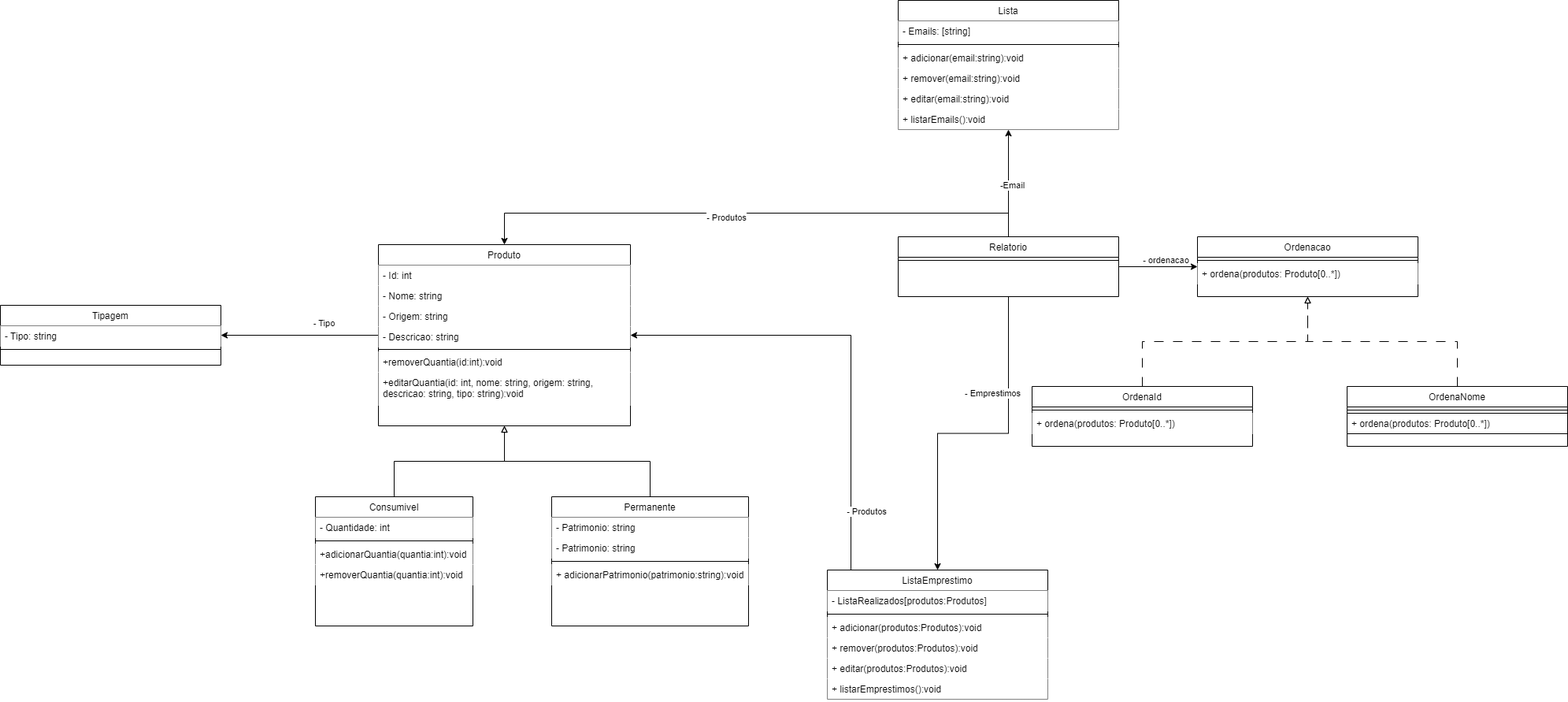
Estagio-IFSP/Estoque-CTI keeps this draw.io diagram as documents/diagrams/Diagrama de classe Estagio.drawio.png. Above is the earlier version. Source tidied: cells renumbered, new cells last; positions are measured from the earlier drawing's top-left corner, leaving out a move shared by most shapes.
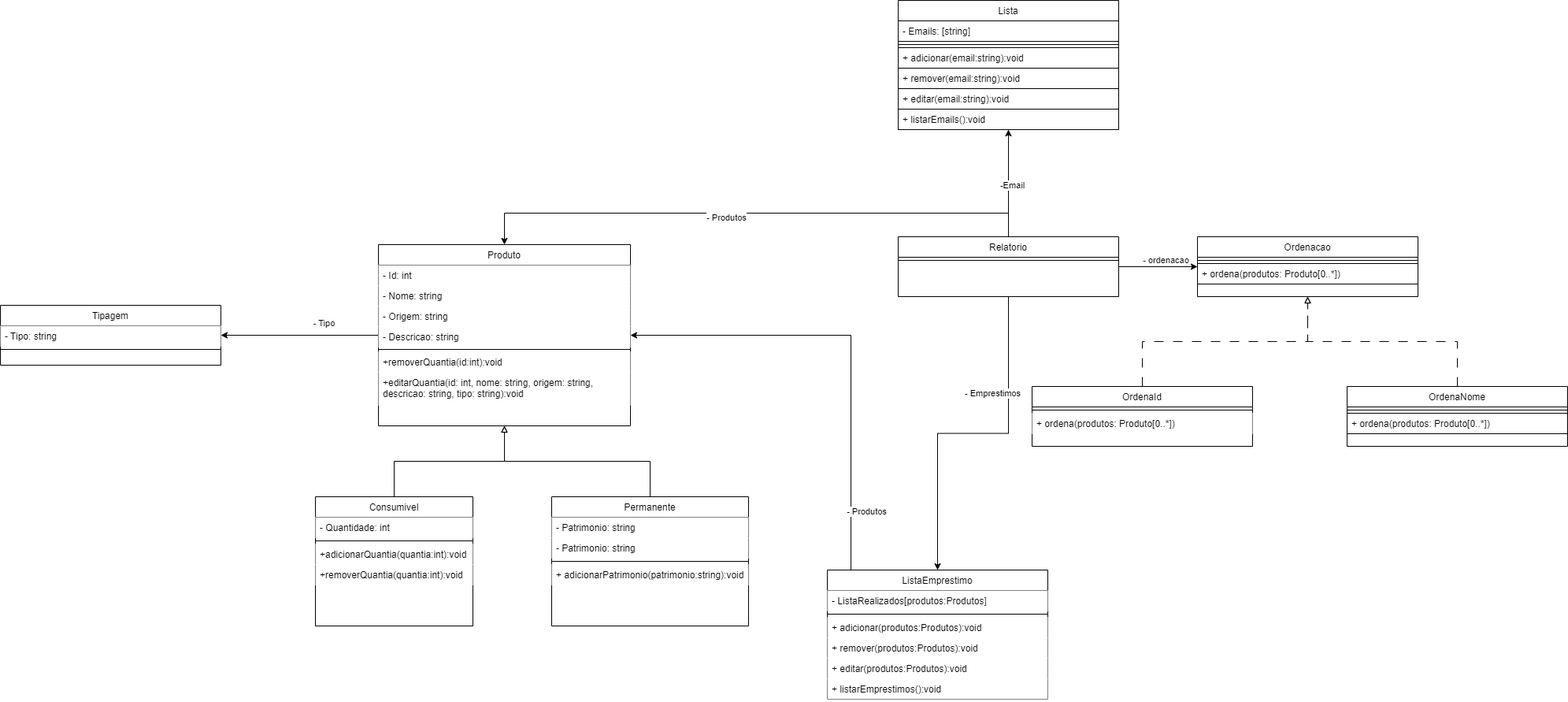
The same file after the commit.

Diff of the diagram source:
```diff
@@ -67,34 +67,34 @@
     <mxCell id="22" value="&lt;div style=&quot;text-align: justify;&quot;&gt;&lt;span style=&quot;background-color: initial;&quot;&gt;+removerQuantia(quantia:int):void&lt;/span&gt;&lt;/div&gt;" style="text;align=left;verticalAlign=top;spacingLeft=4;spacingRight=4;overflow=hidden;rounded=0;shadow=0;html=1;whiteSpace=wrap;fillColor=default;" parent="18" vertex="1">
       <mxGeometry y="86" width="200" height="26" as="geometry" />
     </mxCell>
-    <mxCell id="23" value="Ordenacao" style="swimlane;fontStyle=0;align=center;verticalAlign=top;horizontal=1;startSize=26;rounded=0;shadow=0;strokeWidth=1;fillColor=default;" parent="1" vertex="1">
+    <mxCell id="23" value="Ordenacao" style="swimlane;fontStyle=0;align=center;verticalAlign=top;horizontal=1;startSize=26;rounded=0;shadow=0;strokeWidth=1;fillColor=default;strokeColor=default;" parent="1" vertex="1">
       <mxGeometry x="1520" y="300" width="280" height="76" as="geometry" />
     </mxCell>
-    <mxCell id="24" style="line;html=1;strokeWidth=1;align=left;verticalAlign=middle;spacingTop=-1;spacingLeft=3;spacingRight=3;labelPosition=right;fillColor=default;" parent="23" vertex="1">
+    <mxCell id="24" style="line;html=1;strokeWidth=1;align=left;verticalAlign=middle;spacingTop=-1;spacingLeft=3;spacingRight=3;labelPosition=right;fillColor=default;strokeColor=default;" parent="23" vertex="1">
       <mxGeometry y="26" width="280" height="8" as="geometry" />
     </mxCell>
-    <mxCell id="25" value="+ ordena(produtos: Produto[0..*])" style="text;align=left;verticalAlign=top;spacingLeft=4;spacingRight=4;overflow=hidden;rounded=0;shadow=0;html=0;fillColor=default;" parent="23" vertex="1">
+    <mxCell id="25" value="+ ordena(produtos: Produto[0..*])" style="text;align=left;verticalAlign=top;spacingLeft=4;spacingRight=4;overflow=hidden;rounded=0;shadow=0;html=0;fillColor=default;strokeColor=default;" parent="23" vertex="1">
       <mxGeometry y="34" width="280" height="26" as="geometry" />
     </mxCell>
-    <mxCell id="26" value="Lista" style="swimlane;fontStyle=0;align=center;verticalAlign=top;horizontal=1;startSize=26;rounded=0;shadow=0;strokeWidth=1;fillColor=default;" parent="1" vertex="1">
+    <mxCell id="26" value="Lista" style="swimlane;fontStyle=0;align=center;verticalAlign=top;horizontal=1;startSize=26;rounded=0;shadow=0;strokeWidth=1;fillColor=default;strokeColor=#000000;" parent="1" vertex="1">
       <mxGeometry x="1140" width="280" height="164" as="geometry" />
     </mxCell>
-    <mxCell id="27" value="- Emails: [string]" style="text;align=left;verticalAlign=top;spacingLeft=4;spacingRight=4;overflow=hidden;rounded=0;shadow=0;html=0;fillColor=default;" parent="26" vertex="1">
+    <mxCell id="27" value="- Emails: [string]" style="text;align=left;verticalAlign=top;spacingLeft=4;spacingRight=4;overflow=hidden;rounded=0;shadow=0;html=0;fillColor=default;strokeColor=#000000;" parent="26" vertex="1">
       <mxGeometry y="26" width="280" height="26" as="geometry" />
     </mxCell>
-    <mxCell id="28" style="line;html=1;strokeWidth=1;align=left;verticalAlign=middle;spacingTop=-1;spacingLeft=3;spacingRight=3;labelPosition=right;fillColor=default;" parent="26" vertex="1">
+    <mxCell id="28" style="line;html=1;strokeWidth=1;align=left;verticalAlign=middle;spacingTop=-1;spacingLeft=3;spacingRight=3;labelPosition=right;fillColor=default;strokeColor=#000000;" parent="26" vertex="1">
       <mxGeometry y="52" width="280" height="8" as="geometry" />
     </mxCell>
-    <mxCell id="29" value="+ adicionar(email:string):void" style="text;align=left;verticalAlign=top;spacingLeft=4;spacingRight=4;overflow=hidden;rounded=0;shadow=0;html=0;fillColor=default;" parent="26" vertex="1">
+    <mxCell id="29" value="+ adicionar(email:string):void" style="text;align=left;verticalAlign=top;spacingLeft=4;spacingRight=4;overflow=hidden;rounded=0;shadow=0;html=0;fillColor=default;strokeColor=#000000;" parent="26" vertex="1">
       <mxGeometry y="60" width="280" height="26" as="geometry" />
     </mxCell>
-    <mxCell id="30" value="+ remover(email:string):void" style="text;align=left;verticalAlign=top;spacingLeft=4;spacingRight=4;overflow=hidden;rounded=0;shadow=0;html=0;fillColor=default;" parent="26" vertex="1">
+    <mxCell id="30" value="+ remover(email:string):void" style="text;align=left;verticalAlign=top;spacingLeft=4;spacingRight=4;overflow=hidden;rounded=0;shadow=0;html=0;fillColor=default;strokeColor=#000000;" parent="26" vertex="1">
       <mxGeometry y="86" width="280" height="26" as="geometry" />
     </mxCell>
-    <mxCell id="31" value="+ editar(email:string):void" style="text;align=left;verticalAlign=top;spacingLeft=4;spacingRight=4;overflow=hidden;rounded=0;shadow=0;html=0;fillColor=default;" parent="26" vertex="1">
+    <mxCell id="31" value="+ editar(email:string):void" style="text;align=left;verticalAlign=top;spacingLeft=4;spacingRight=4;overflow=hidden;rounded=0;shadow=0;html=0;fillColor=default;strokeColor=#000000;" parent="26" vertex="1">
       <mxGeometry y="112" width="280" height="26" as="geometry" />
     </mxCell>
-    <mxCell id="32" value="+ listarEmails():void" style="text;align=left;verticalAlign=top;spacingLeft=4;spacingRight=4;overflow=hidden;rounded=0;shadow=0;html=0;fillColor=default;" parent="26" vertex="1">
+    <mxCell id="32" value="+ listarEmails():void" style="text;align=left;verticalAlign=top;spacingLeft=4;spacingRight=4;overflow=hidden;rounded=0;shadow=0;html=0;fillColor=default;strokeColor=#000000;" parent="26" vertex="1">
       <mxGeometry y="138" width="280" height="26" as="geometry" />
     </mxCell>
     <mxCell id="33" style="edgeStyle=orthogonalEdgeStyle;rounded=0;jettySize=auto;html=1;entryX=0.5;entryY=0;entryDx=0;entryDy=0;exitX=0.5;exitY=0;exitDx=0;exitDy=0;" parent="1" edge="1" source="39" target="3">
@@ -116,7 +116,7 @@
         <mxPoint y="-1" as="offset" />
       </mxGeometry>
     </mxCell>
-    <mxCell id="37" style="edgeStyle=orthogonalEdgeStyle;rounded=0;jettySize=auto;html=1;" parent="1" edge="1" source="39" target="26">
+    <mxCell id="37" style="edgeStyle=orthogonalEdgeStyle;rounded=0;jettySize=auto;html=1;strokeColor=#000000;" parent="1" edge="1" source="39" target="26">
       <mxGeometry relative="1" as="geometry" />
     </mxCell>
     <mxCell id="38" value="-Email" style="edgeLabel;html=1;align=center;verticalAlign=middle;" parent="37" vertex="1">
```
